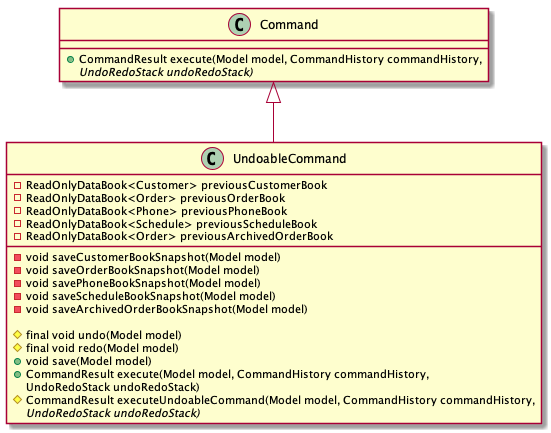
Above: docs/images/dg-diagram/UndoableCommandClassDiagram.png in nus-cs2103-AY1920S1/addressbook-level3 (PlantUML), before the change.
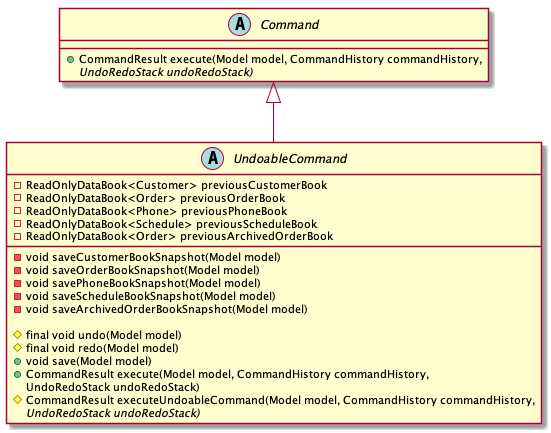
After the change.

Commit message:
update UndoableCommand class to abstract class

What changed in the source:
```diff
@@ -1,12 +1,12 @@
 @startuml
 
-class Command {
+abstract class Command {
 
     + CommandResult execute(Model model, CommandHistory commandHistory,
                    UndoRedoStack undoRedoStack) {abstract}
 }
 
-class UndoableCommand {
+abstract class UndoableCommand {
 
     - ReadOnlyDataBook<Customer> previousCustomerBook
     - ReadOnlyDataBook<Order> previousOrderBook
```
